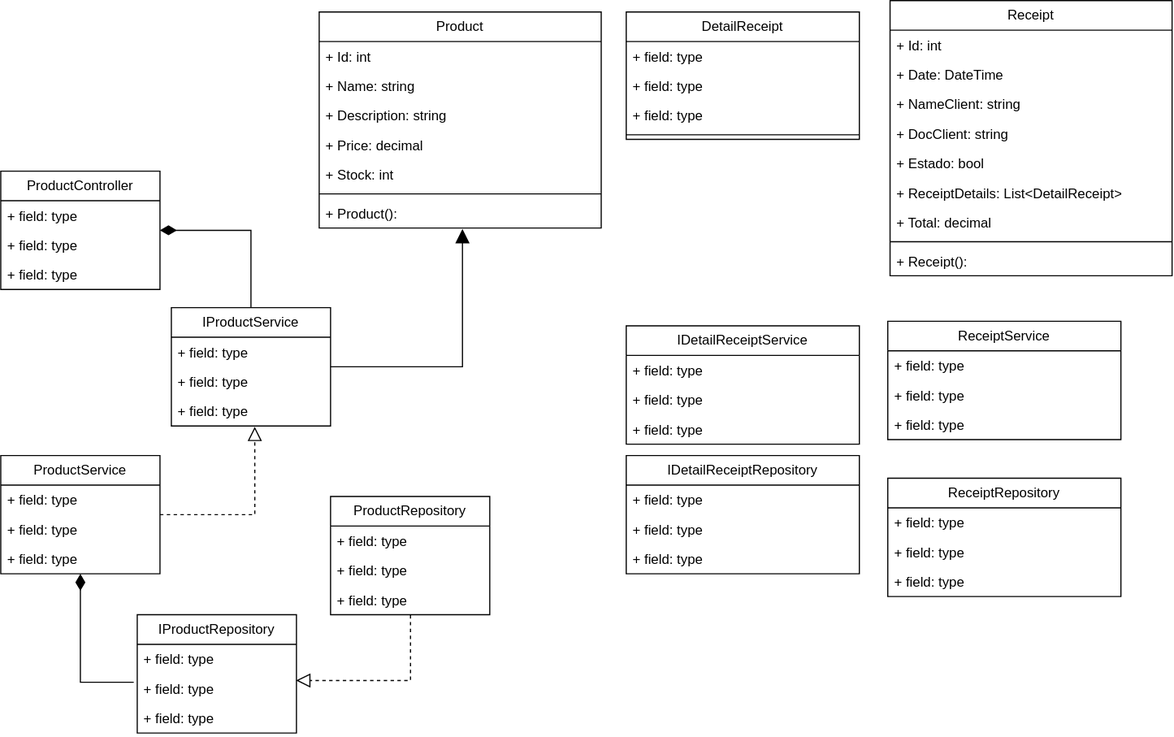
Before: apistore.svg, a diagram exported from draw.io (AlejoR147/ApiStore). Source tidied: cells renumbered, new cells last; positions are measured from the earlier drawing's top-left corner, leaving out a move shared by most shapes.
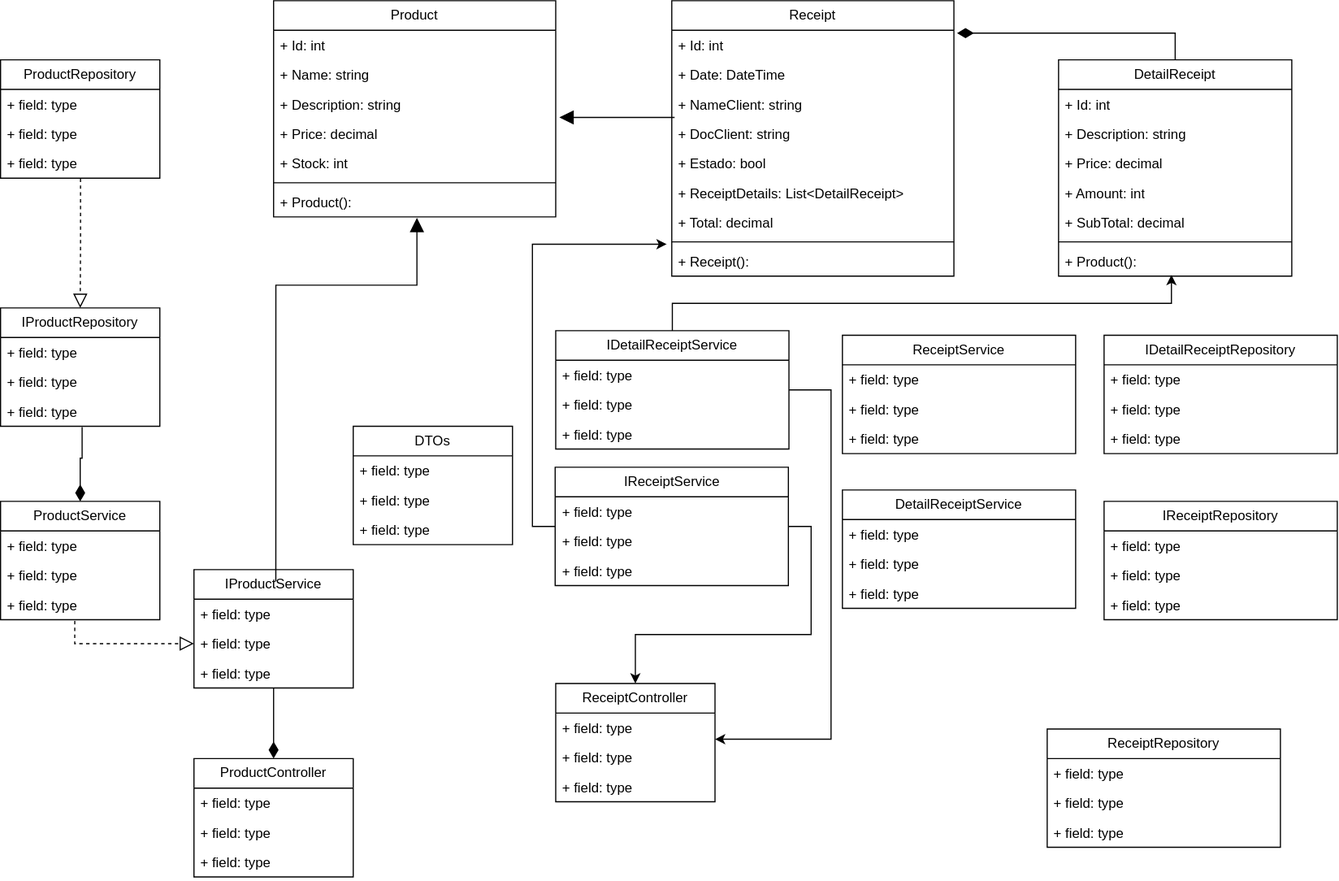
Above is the later version.

Change to the diagram source:
```diff
@@ -4,3 +4,3 @@
     <mxCell id="1" parent="0" />
-    <mxCell id="2" style="edgeStyle=orthogonalEdgeStyle;rounded=0;jettySize=auto;html=1;exitX=1;exitY=0.5;exitDx=0;exitDy=0;entryX=0.5;entryY=0;entryDx=0;entryDy=0;defaultLabelBackgroundColor=page;startArrow=diamondThin;startFill=1;endArrow=none;endFill=0;startSize=12;" parent="1" edge="1" source="3" target="15">
+    <mxCell id="2" style="edgeStyle=orthogonalEdgeStyle;rounded=0;jettySize=auto;html=1;exitX=0.5;exitY=0;exitDx=0;exitDy=0;entryX=0.5;entryY=1;entryDx=0;entryDy=0;defaultLabelBackgroundColor=page;startArrow=diamondThin;startFill=1;endArrow=none;endFill=0;startSize=12;" parent="1" edge="1" source="3" target="15">
       <mxGeometry relative="1" as="geometry" />
@@ -8,3 +8,3 @@
     <mxCell id="3" value="ProductController" style="swimlane;fontStyle=0;horizontal=1;startSize=26;fillColor=none;whiteSpace=wrap;html=1;" parent="1" vertex="1">
-      <mxGeometry y="150" width="140" height="104" as="geometry" />
+      <mxGeometry x="160" y="666" width="140" height="104" as="geometry" />
     </mxCell>
@@ -20,3 +20,3 @@
     <mxCell id="7" value="ProductService" style="swimlane;fontStyle=0;horizontal=1;startSize=26;fillColor=none;whiteSpace=wrap;html=1;" parent="1" vertex="1">
-      <mxGeometry y="400" width="140" height="104" as="geometry" />
+      <mxGeometry x="-10" y="440" width="140" height="104" as="geometry" />
     </mxCell>
@@ -32,3 +32,3 @@
     <mxCell id="11" value="ProductRepository" style="swimlane;fontStyle=0;horizontal=1;startSize=26;fillColor=none;whiteSpace=wrap;html=1;" parent="1" vertex="1">
-      <mxGeometry x="290" y="436" width="140" height="104" as="geometry" />
+      <mxGeometry x="-10" y="52" width="140" height="104" as="geometry" />
     </mxCell>
@@ -44,3 +44,3 @@
     <mxCell id="15" value="IProductService" style="swimlane;fontStyle=0;horizontal=1;startSize=26;fillColor=none;whiteSpace=wrap;html=1;" parent="1" vertex="1">
-      <mxGeometry x="150" y="270" width="140" height="104" as="geometry" />
+      <mxGeometry x="160" y="500" width="140" height="104" as="geometry" />
     </mxCell>
@@ -56,3 +56,3 @@
     <mxCell id="19" value="IProductRepository" style="swimlane;fontStyle=0;horizontal=1;startSize=26;fillColor=none;whiteSpace=wrap;html=1;" parent="1" vertex="1">
-      <mxGeometry x="120" y="540" width="140" height="104" as="geometry" />
+      <mxGeometry x="-10" y="270" width="140" height="104" as="geometry" />
     </mxCell>
@@ -68,3 +68,3 @@
     <mxCell id="23" value="IDetailReceiptRepository" style="swimlane;fontStyle=0;horizontal=1;startSize=26;fillColor=none;whiteSpace=wrap;html=1;" parent="1" vertex="1">
-      <mxGeometry x="550" y="400" width="205" height="104" as="geometry" />
+      <mxGeometry x="960" y="294" width="205" height="104" as="geometry" />
     </mxCell>
@@ -79,4 +79,12 @@
     </mxCell>
+    <mxCell id="66" style="edgeStyle=orthogonalEdgeStyle;rounded=0;jettySize=auto;html=1;exitX=1;exitY=0.5;exitDx=0;exitDy=0;defaultLabelBackgroundColor=page;" parent="1" edge="1" source="27" target="75">
+      <mxGeometry relative="1" as="geometry">
+        <Array as="points">
+          <mxPoint x="720" y="342" />
+          <mxPoint x="720" y="649" />
+        </Array>
+      </mxGeometry>
+    </mxCell>
     <mxCell id="27" value="IDetailReceiptService" style="swimlane;fontStyle=0;horizontal=1;startSize=26;fillColor=none;whiteSpace=wrap;html=1;" parent="1" vertex="1">
-      <mxGeometry x="550" y="286" width="205" height="104" as="geometry" />
+      <mxGeometry x="478" y="290" width="205" height="104" as="geometry" />
     </mxCell>
@@ -92,18 +100,27 @@
     <mxCell id="31" value="DetailReceipt" style="swimlane;fontStyle=0;horizontal=1;startSize=26;fillColor=none;whiteSpace=wrap;html=1;" parent="1" vertex="1">
-      <mxGeometry x="550" y="10" width="205" height="112" as="geometry" />
+      <mxGeometry x="920" y="52" width="205" height="190" as="geometry" />
     </mxCell>
-    <mxCell id="32" value="+ field: type" style="text;strokeColor=none;fillColor=none;align=left;verticalAlign=top;spacingLeft=4;spacingRight=4;overflow=hidden;whiteSpace=wrap;html=1;" parent="31" vertex="1">
-      <mxGeometry y="26" width="205" height="26" as="geometry" />
-    </mxCell>
-    <mxCell id="33" value="+ field: type" style="text;strokeColor=none;fillColor=none;align=left;verticalAlign=top;spacingLeft=4;spacingRight=4;overflow=hidden;whiteSpace=wrap;html=1;" parent="31" vertex="1">
-      <mxGeometry y="52" width="205" height="26" as="geometry" />
-    </mxCell>
+    <mxCell id="67" value="+ Id&lt;span style=&quot;background-color: transparent; color: light-dark(#000000, var(--ge-light-color, #ffffff));&quot;&gt;:&amp;nbsp;&lt;/span&gt;int" style="text;strokeColor=none;fillColor=none;align=left;verticalAlign=top;spacingLeft=4;spacingRight=4;overflow=hidden;whiteSpace=wrap;html=1;" parent="31" vertex="1">
+      <mxGeometry y="26" width="205" height="26" as="geometry" />
+    </mxCell>
+    <mxCell id="68" value="+ Description: string" style="text;strokeColor=none;fillColor=none;align=left;verticalAlign=top;spacingLeft=4;spacingRight=4;overflow=hidden;whiteSpace=wrap;html=1;" parent="31" vertex="1">
+      <mxGeometry y="52" width="205" height="26" as="geometry" />
+    </mxCell>
+    <mxCell id="69" value="+&amp;nbsp;Price&lt;span style=&quot;background-color: transparent; color: light-dark(#000000, var(--ge-light-color, #ffffff));&quot;&gt;:&amp;nbsp;&lt;/span&gt;decimal" style="text;strokeColor=none;fillColor=none;align=left;verticalAlign=top;spacingLeft=4;spacingRight=4;overflow=hidden;whiteSpace=wrap;html=1;" parent="31" vertex="1">
+      <mxGeometry y="78" width="205" height="26" as="geometry" />
+    </mxCell>
-    <mxCell id="34" value="+ field: type" style="text;strokeColor=none;fillColor=none;align=left;verticalAlign=top;spacingLeft=4;spacingRight=4;overflow=hidden;whiteSpace=wrap;html=1;" parent="31" vertex="1">
-      <mxGeometry y="78" width="205" height="26" as="geometry" />
+    <mxCell id="34" value="+ Amount: int" style="text;strokeColor=none;fillColor=none;align=left;verticalAlign=top;spacingLeft=4;spacingRight=4;overflow=hidden;whiteSpace=wrap;html=1;" parent="31" vertex="1">
+      <mxGeometry y="104" width="205" height="26" as="geometry" />
     </mxCell>
+    <mxCell id="70" value="+ SubTotal: decimal" style="text;strokeColor=none;fillColor=none;align=left;verticalAlign=top;spacingLeft=4;spacingRight=4;overflow=hidden;whiteSpace=wrap;html=1;" parent="31" vertex="1">
+      <mxGeometry y="130" width="205" height="26" as="geometry" />
+    </mxCell>
     <mxCell id="35" style="line;strokeWidth=1;fillColor=none;align=left;verticalAlign=middle;spacingTop=-1;spacingLeft=3;spacingRight=3;labelPosition=right;strokeColor=inherit;labelPerimeter=1;" parent="31" vertex="1">
-      <mxGeometry y="104" width="205" height="8" as="geometry" />
+      <mxGeometry y="156" width="205" height="8" as="geometry" />
     </mxCell>
+    <mxCell id="71" value="+&amp;nbsp;&lt;span style=&quot;text-align: center;&quot;&gt;Product&lt;/span&gt;&lt;span style=&quot;text-align: center;&quot;&gt;():&lt;/span&gt;" style="text;strokeColor=none;fillColor=none;align=left;verticalAlign=top;spacingLeft=4;spacingRight=4;overflow=hidden;points=[[0,0.5],[1,0.5]];portConstraint=eastwest;whiteSpace=wrap;html=1;" parent="31" vertex="1">
+      <mxGeometry y="164" width="205" height="26" as="geometry" />
+    </mxCell>
     <mxCell id="36" value="Receipt" style="swimlane;fontStyle=0;horizontal=1;startSize=26;fillColor=none;whiteSpace=wrap;html=1;" parent="1" vertex="1">
-      <mxGeometry x="782" width="248" height="242" as="geometry" />
+      <mxGeometry x="580" width="248" height="242" as="geometry" />
     </mxCell>
@@ -137,3 +154,3 @@
     <mxCell id="46" value="ReceiptService" style="swimlane;fontStyle=0;horizontal=1;startSize=26;fillColor=none;whiteSpace=wrap;html=1;" parent="1" vertex="1">
-      <mxGeometry x="780" y="282" width="205" height="104" as="geometry" />
+      <mxGeometry x="730" y="294" width="205" height="104" as="geometry" />
     </mxCell>
@@ -149,3 +166,3 @@
     <mxCell id="50" value="ReceiptRepository" style="swimlane;fontStyle=0;horizontal=1;startSize=26;fillColor=none;whiteSpace=wrap;html=1;" parent="1" vertex="1">
-      <mxGeometry x="780" y="420" width="205" height="104" as="geometry" />
+      <mxGeometry x="910" y="640" width="205" height="104" as="geometry" />
     </mxCell>
@@ -160,6 +177,6 @@
     </mxCell>
-    <mxCell id="54" style="edgeStyle=orthogonalEdgeStyle;rounded=0;jettySize=auto;html=1;exitX=1;exitY=0.5;exitDx=0;exitDy=0;entryX=0.524;entryY=1.027;entryDx=0;entryDy=0;entryPerimeter=0;defaultLabelBackgroundColor=page;endArrow=block;endFill=0;dashed=1;startSize=10;endSize=10;" parent="1" edge="1" source="7" target="18">
+    <mxCell id="54" style="edgeStyle=orthogonalEdgeStyle;rounded=0;jettySize=auto;html=1;exitX=0.466;exitY=1.039;exitDx=0;exitDy=0;defaultLabelBackgroundColor=page;endArrow=block;endFill=0;dashed=1;startSize=10;endSize=10;exitPerimeter=0;" parent="1" edge="1" source="10" target="17">
       <mxGeometry relative="1" as="geometry" />
     </mxCell>
-    <mxCell id="55" style="edgeStyle=orthogonalEdgeStyle;rounded=0;jettySize=auto;html=1;exitX=0.502;exitY=1.013;exitDx=0;exitDy=0;entryX=0.998;entryY=0.224;entryDx=0;entryDy=0;entryPerimeter=0;defaultLabelBackgroundColor=page;endArrow=block;endFill=0;dashed=1;startSize=10;endSize=10;exitPerimeter=0;" parent="1" edge="1" source="14" target="21">
+    <mxCell id="55" style="edgeStyle=orthogonalEdgeStyle;rounded=0;jettySize=auto;html=1;exitX=0.502;exitY=1.013;exitDx=0;exitDy=0;entryX=0.5;entryY=0;entryDx=0;entryDy=0;defaultLabelBackgroundColor=page;endArrow=block;endFill=0;dashed=1;startSize=10;endSize=10;exitPerimeter=0;" parent="1" edge="1" source="14" target="19">
       <mxGeometry relative="1" as="geometry" />
@@ -167,3 +184,3 @@
     <mxCell id="56" value="Product" style="swimlane;fontStyle=0;horizontal=1;startSize=26;fillColor=none;whiteSpace=wrap;html=1;" parent="1" vertex="1">
-      <mxGeometry x="280" y="10" width="248" height="190" as="geometry" />
+      <mxGeometry x="230" width="248" height="190" as="geometry" />
     </mxCell>
@@ -190,8 +207,88 @@
     </mxCell>
-    <mxCell id="64" style="edgeStyle=orthogonalEdgeStyle;rounded=0;jettySize=auto;html=1;entryX=-0.022;entryY=0.284;entryDx=0;entryDy=0;defaultLabelBackgroundColor=page;startArrow=diamondThin;startFill=1;endArrow=none;endFill=0;startSize=12;entryPerimeter=0;exitX=0.5;exitY=1;exitDx=0;exitDy=0;" parent="1" edge="1" source="7" target="21">
+    <mxCell id="64" style="edgeStyle=orthogonalEdgeStyle;rounded=0;jettySize=auto;html=1;entryX=0.512;entryY=1.025;entryDx=0;entryDy=0;defaultLabelBackgroundColor=page;startArrow=diamondThin;startFill=1;endArrow=none;endFill=0;startSize=12;entryPerimeter=0;exitX=0.5;exitY=0;exitDx=0;exitDy=0;" parent="1" edge="1" source="7" target="22">
       <mxGeometry x="-0.03" relative="1" as="geometry" />
     </mxCell>
-    <mxCell id="65" style="edgeStyle=orthogonalEdgeStyle;rounded=0;jettySize=auto;html=1;exitX=1;exitY=0.5;exitDx=0;exitDy=0;entryX=0.508;entryY=1.031;entryDx=0;entryDy=0;entryPerimeter=0;defaultLabelBackgroundColor=page;endArrow=block;endFill=1;strokeWidth=1;endSize=10;" parent="1" edge="1" source="15" target="63">
-      <mxGeometry relative="1" as="geometry" />
+    <mxCell id="65" style="edgeStyle=orthogonalEdgeStyle;rounded=0;jettySize=auto;html=1;exitX=0.514;exitY=0.096;exitDx=0;exitDy=0;entryX=0.508;entryY=1.031;entryDx=0;entryDy=0;entryPerimeter=0;defaultLabelBackgroundColor=page;endArrow=block;endFill=1;strokeWidth=1;endSize=10;exitPerimeter=0;" parent="1" edge="1" source="15" target="63">
+      <mxGeometry x="0.18" relative="1" as="geometry">
+        <Array as="points">
+          <mxPoint x="232" y="250" />
+          <mxPoint x="356" y="250" />
+        </Array>
+      </mxGeometry>
     </mxCell>
+    <mxCell id="72" style="edgeStyle=orthogonalEdgeStyle;rounded=0;jettySize=auto;html=1;exitX=0.01;exitY=0.946;exitDx=0;exitDy=0;entryX=1.013;entryY=-0.054;entryDx=0;entryDy=0;entryPerimeter=0;defaultLabelBackgroundColor=page;endArrow=block;endFill=1;strokeWidth=1;endSize=10;exitPerimeter=0;" parent="1" edge="1" source="39" target="60">
+      <mxGeometry relative="1" as="geometry" />
+    </mxCell>
+    <mxCell id="73" style="edgeStyle=orthogonalEdgeStyle;rounded=0;jettySize=auto;html=1;exitX=1.011;exitY=0.097;exitDx=0;exitDy=0;entryX=0.5;entryY=0;entryDx=0;entryDy=0;defaultLabelBackgroundColor=page;startArrow=diamondThin;startFill=1;endArrow=none;endFill=0;startSize=12;exitPerimeter=0;" parent="1" edge="1" source="37" target="31">
+      <mxGeometry relative="1" as="geometry" />
+    </mxCell>
+    <mxCell id="74" value="ReceiptController" style="swimlane;fontStyle=0;horizontal=1;startSize=26;fillColor=none;whiteSpace=wrap;html=1;" parent="1" vertex="1">
+      <mxGeometry x="478" y="600" width="140" height="104" as="geometry" />
+    </mxCell>
+    <mxCell id="75" value="+ field: type" style="text;strokeColor=none;fillColor=none;align=left;verticalAlign=top;spacingLeft=4;spacingRight=4;overflow=hidden;points=[[0,0.5],[1,0.5]];portConstraint=eastwest;whiteSpace=wrap;html=1;" parent="74" vertex="1">
+      <mxGeometry y="26" width="140" height="26" as="geometry" />
+    </mxCell>
+    <mxCell id="76" value="+ field: type" style="text;strokeColor=none;fillColor=none;align=left;verticalAlign=top;spacingLeft=4;spacingRight=4;overflow=hidden;whiteSpace=wrap;html=1;" parent="74" vertex="1">
+      <mxGeometry y="52" width="140" height="26" as="geometry" />
+    </mxCell>
+    <mxCell id="77" value="+ field: type" style="text;strokeColor=none;fillColor=none;align=left;verticalAlign=top;spacingLeft=4;spacingRight=4;overflow=hidden;whiteSpace=wrap;html=1;" parent="74" vertex="1">
+      <mxGeometry y="78" width="140" height="26" as="geometry" />
+    </mxCell>
+    <mxCell id="78" value="DTOs" style="swimlane;fontStyle=0;horizontal=1;startSize=26;fillColor=none;whiteSpace=wrap;html=1;" parent="1" vertex="1">
+      <mxGeometry x="300" y="374" width="140" height="104" as="geometry" />
+    </mxCell>
+    <mxCell id="79" value="+ field: type" style="text;strokeColor=none;fillColor=none;align=left;verticalAlign=top;spacingLeft=4;spacingRight=4;overflow=hidden;whiteSpace=wrap;html=1;" parent="78" vertex="1">
+      <mxGeometry y="26" width="140" height="26" as="geometry" />
+    </mxCell>
+    <mxCell id="80" value="+ field: type" style="text;strokeColor=none;fillColor=none;align=left;verticalAlign=top;spacingLeft=4;spacingRight=4;overflow=hidden;whiteSpace=wrap;html=1;" parent="78" vertex="1">
+      <mxGeometry y="52" width="140" height="26" as="geometry" />
+    </mxCell>
+    <mxCell id="81" value="+ field: type" style="text;strokeColor=none;fillColor=none;align=left;verticalAlign=top;spacingLeft=4;spacingRight=4;overflow=hidden;whiteSpace=wrap;html=1;" parent="78" vertex="1">
+      <mxGeometry y="78" width="140" height="26" as="geometry" />
+    </mxCell>
+    <mxCell id="82" style="edgeStyle=orthogonalEdgeStyle;rounded=0;jettySize=auto;html=1;exitX=1;exitY=0.5;exitDx=0;exitDy=0;entryX=0.5;entryY=0;entryDx=0;entryDy=0;defaultLabelBackgroundColor=page;" parent="1" edge="1" source="83" target="74">
+      <mxGeometry relative="1" as="geometry" />
+    </mxCell>
+    <mxCell id="83" value="IReceiptService" style="swimlane;fontStyle=0;horizontal=1;startSize=26;fillColor=none;whiteSpace=wrap;html=1;" parent="1" vertex="1">
+      <mxGeometry x="477.5" y="410" width="205" height="104" as="geometry" />
+    </mxCell>
+    <mxCell id="84" value="+ field: type" style="text;strokeColor=none;fillColor=none;align=left;verticalAlign=top;spacingLeft=4;spacingRight=4;overflow=hidden;whiteSpace=wrap;html=1;" parent="83" vertex="1">
+      <mxGeometry y="26" width="205" height="26" as="geometry" />
+    </mxCell>
+    <mxCell id="85" value="+ field: type" style="text;strokeColor=none;fillColor=none;align=left;verticalAlign=top;spacingLeft=4;spacingRight=4;overflow=hidden;whiteSpace=wrap;html=1;" parent="83" vertex="1">
+      <mxGeometry y="52" width="205" height="26" as="geometry" />
+    </mxCell>
+    <mxCell id="86" value="+ field: type" style="text;strokeColor=none;fillColor=none;align=left;verticalAlign=top;spacingLeft=4;spacingRight=4;overflow=hidden;whiteSpace=wrap;html=1;" parent="83" vertex="1">
+      <mxGeometry y="78" width="205" height="26" as="geometry" />
+    </mxCell>
+    <mxCell id="87" value="DetailReceiptService" style="swimlane;fontStyle=0;horizontal=1;startSize=26;fillColor=none;whiteSpace=wrap;html=1;" parent="1" vertex="1">
+      <mxGeometry x="730" y="430" width="205" height="104" as="geometry" />
+    </mxCell>
+    <mxCell id="88" value="+ field: type" style="text;strokeColor=none;fillColor=none;align=left;verticalAlign=top;spacingLeft=4;spacingRight=4;overflow=hidden;whiteSpace=wrap;html=1;" parent="87" vertex="1">
+      <mxGeometry y="26" width="205" height="26" as="geometry" />
+    </mxCell>
+    <mxCell id="89" value="+ field: type" style="text;strokeColor=none;fillColor=none;align=left;verticalAlign=top;spacingLeft=4;spacingRight=4;overflow=hidden;whiteSpace=wrap;html=1;" parent="87" vertex="1">
+      <mxGeometry y="52" width="205" height="26" as="geometry" />
+    </mxCell>
+    <mxCell id="90" value="+ field: type" style="text;strokeColor=none;fillColor=none;align=left;verticalAlign=top;spacingLeft=4;spacingRight=4;overflow=hidden;whiteSpace=wrap;html=1;" parent="87" vertex="1">
+      <mxGeometry y="78" width="205" height="26" as="geometry" />
+    </mxCell>
+    <mxCell id="91" value="IReceiptRepository" style="swimlane;fontStyle=0;horizontal=1;startSize=26;fillColor=none;whiteSpace=wrap;html=1;" parent="1" vertex="1">
+      <mxGeometry x="960" y="440" width="205" height="104" as="geometry" />
+    </mxCell>
+    <mxCell id="92" value="+ field: type" style="text;strokeColor=none;fillColor=none;align=left;verticalAlign=top;spacingLeft=4;spacingRight=4;overflow=hidden;whiteSpace=wrap;html=1;" parent="91" vertex="1">
+      <mxGeometry y="26" width="205" height="26" as="geometry" />
+    </mxCell>
+    <mxCell id="93" value="+ field: type" style="text;strokeColor=none;fillColor=none;align=left;verticalAlign=top;spacingLeft=4;spacingRight=4;overflow=hidden;whiteSpace=wrap;html=1;" parent="91" vertex="1">
+      <mxGeometry y="52" width="205" height="26" as="geometry" />
+    </mxCell>
+    <mxCell id="94" value="+ field: type" style="text;strokeColor=none;fillColor=none;align=left;verticalAlign=top;spacingLeft=4;spacingRight=4;overflow=hidden;whiteSpace=wrap;html=1;" parent="91" vertex="1">
+      <mxGeometry y="78" width="205" height="26" as="geometry" />
+    </mxCell>
+    <mxCell id="95" style="edgeStyle=orthogonalEdgeStyle;rounded=0;jettySize=auto;html=1;exitX=0.5;exitY=0;exitDx=0;exitDy=0;entryX=0.484;entryY=0.962;entryDx=0;entryDy=0;entryPerimeter=0;defaultLabelBackgroundColor=page;" parent="1" edge="1" source="27" target="71">
+      <mxGeometry relative="1" as="geometry" />
+    </mxCell>
+    <mxCell id="96" style="edgeStyle=orthogonalEdgeStyle;rounded=0;jettySize=auto;html=1;exitX=0;exitY=0.5;exitDx=0;exitDy=0;entryX=-0.018;entryY=-0.078;entryDx=0;entryDy=0;entryPerimeter=0;defaultLabelBackgroundColor=page;" parent="1" edge="1" source="83" target="45">
+      <mxGeometry relative="1" as="geometry" />
+    </mxCell>
   </root>
```
